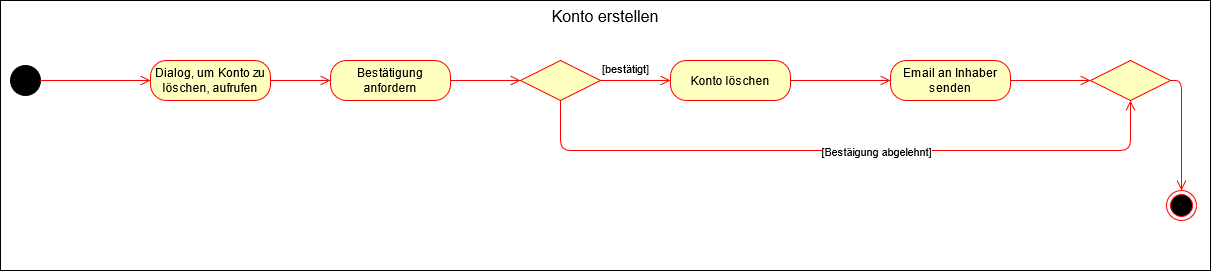
This is Diagramme/Usermanagement/Konto löschen.png from dnickel8/SGSETeam3, a draw.io export, as it was before one commit. Source tidied: cells renumbered, new cells last; positions are measured from the earlier drawing's top-left corner, leaving out a move shared by most shapes. Source of this version:
```xml
<mxGraphModel>
  <root>
    <mxCell id="0" />
    <mxCell id="1" parent="0" />
    <mxCell id="2" value="Konto erstellen" style="rounded=0;whiteSpace=wrap;html=1;verticalAlign=top;fontSize=16;" parent="1" vertex="1">
      <mxGeometry width="1210" height="270" as="geometry" />
    </mxCell>
    <mxCell id="3" style="ellipse;whiteSpace=wrap;html=1;fillColor=#000000;" parent="1" vertex="1">
      <mxGeometry x="10" y="65" width="30" height="30" as="geometry" />
    </mxCell>
    <mxCell id="4" value="Bestätigung anfordern" style="rounded=1;whiteSpace=wrap;html=1;arcSize=40;fontColor=#000000;fillColor=#ffffc0;strokeColor=#ff0000;" parent="1" vertex="1">
      <mxGeometry x="330" y="60" width="120" height="40" as="geometry" />
    </mxCell>
    <mxCell id="5" style="edgeStyle=orthogonalEdgeStyle;html=1;verticalAlign=bottom;endArrow=open;endSize=8;strokeColor=#ff0000;exitX=1;exitY=0.5;exitDx=0;exitDy=0;entryX=0;entryY=0.5;entryDx=0;entryDy=0;" parent="1" edge="1" source="3" target="13">
      <mxGeometry relative="1" as="geometry" />
    </mxCell>
    <mxCell id="6" style="ellipse;html=1;shape=endState;fillColor=#000000;strokeColor=#ff0000;" parent="1" vertex="1">
      <mxGeometry x="1166" y="190" width="30" height="30" as="geometry" />
    </mxCell>
    <mxCell id="7" style="edgeStyle=orthogonalEdgeStyle;html=1;verticalAlign=bottom;endArrow=open;endSize=8;strokeColor=#ff0000;exitX=1;exitY=0.5;exitDx=0;exitDy=0;entryX=0;entryY=0.5;entryDx=0;entryDy=0;" parent="1" edge="1" source="4" target="9">
      <mxGeometry relative="1" as="geometry" />
    </mxCell>
    <mxCell id="8" value="Konto löschen" style="rounded=1;whiteSpace=wrap;html=1;arcSize=40;fontColor=#000000;fillColor=#ffffc0;strokeColor=#ff0000;" parent="1" vertex="1">
      <mxGeometry x="670" y="60" width="120" height="40" as="geometry" />
    </mxCell>
    <mxCell id="9" style="rhombus;whiteSpace=wrap;html=1;fillColor=#ffffc0;strokeColor=#ff0000;fontSize=16;" parent="1" vertex="1">
      <mxGeometry x="520" y="60" width="80" height="40" as="geometry" />
    </mxCell>
    <mxCell id="10" value="[bestätigt]" style="edgeStyle=orthogonalEdgeStyle;html=1;align=left;verticalAlign=top;endArrow=open;endSize=8;strokeColor=#ff0000;fontSize=11;entryX=0;entryY=0.5;entryDx=0;entryDy=0;" parent="1" edge="1" source="9" target="8">
      <mxGeometry x="-1" y="25" relative="1" as="geometry" />
    </mxCell>
    <mxCell id="11" style="edgeStyle=orthogonalEdgeStyle;html=1;verticalAlign=bottom;endArrow=open;endSize=8;strokeColor=#ff0000;entryX=0.5;entryY=1;entryDx=0;entryDy=0;exitX=0.5;exitY=1;exitDx=0;exitDy=0;" parent="1" edge="1" source="9" target="15">
      <mxGeometry relative="1" as="geometry">
        <Array as="points">
          <mxPoint x="560" y="150" />
          <mxPoint x="1130" y="150" />
        </Array>
      </mxGeometry>
    </mxCell>
    <mxCell id="12" value="[Bestäigung abgelehnt]" style="edgeLabel;html=1;align=center;verticalAlign=middle;" parent="11" vertex="1">
      <mxGeometry x="0.09" y="1" relative="1" as="geometry">
        <mxPoint y="1" as="offset" />
      </mxGeometry>
    </mxCell>
    <mxCell id="13" value="Dialog, um Konto zu löschen, aufrufen" style="rounded=1;whiteSpace=wrap;html=1;arcSize=40;fontColor=#000000;fillColor=#ffffc0;strokeColor=#ff0000;" parent="1" vertex="1">
      <mxGeometry x="150" y="60" width="120" height="40" as="geometry" />
    </mxCell>
    <mxCell id="14" style="edgeStyle=orthogonalEdgeStyle;html=1;verticalAlign=bottom;endArrow=open;endSize=8;strokeColor=#ff0000;exitX=1;exitY=0.5;exitDx=0;exitDy=0;entryX=0;entryY=0.5;entryDx=0;entryDy=0;" parent="1" edge="1" source="13" target="4">
      <mxGeometry relative="1" as="geometry" />
    </mxCell>
    <mxCell id="15" style="rhombus;whiteSpace=wrap;html=1;fillColor=#ffffc0;strokeColor=#ff0000;fontSize=16;" parent="1" vertex="1">
      <mxGeometry x="1090" y="60" width="80" height="40" as="geometry" />
    </mxCell>
    <mxCell id="16" style="edgeStyle=orthogonalEdgeStyle;html=1;verticalAlign=bottom;endArrow=open;endSize=8;strokeColor=#ff0000;exitX=1;exitY=0.5;exitDx=0;exitDy=0;entryX=0.5;entryY=0;entryDx=0;entryDy=0;" parent="1" edge="1" source="15" target="6">
      <mxGeometry relative="1" as="geometry" />
    </mxCell>
    <mxCell id="17" value="Email an Inhaber senden" style="rounded=1;whiteSpace=wrap;html=1;arcSize=40;fontColor=#000000;fillColor=#ffffc0;strokeColor=#ff0000;" parent="1" vertex="1">
      <mxGeometry x="890" y="60" width="120" height="40" as="geometry" />
    </mxCell>
    <mxCell id="18" style="edgeStyle=orthogonalEdgeStyle;html=1;verticalAlign=bottom;endArrow=open;endSize=8;strokeColor=#ff0000;entryX=0;entryY=0.5;entryDx=0;entryDy=0;" parent="1" edge="1" target="17">
      <mxGeometry relative="1" as="geometry">
        <mxPoint x="790" y="80" as="sourcePoint" />
      </mxGeometry>
    </mxCell>
    <mxCell id="19" style="edgeStyle=orthogonalEdgeStyle;html=1;verticalAlign=bottom;endArrow=open;endSize=8;strokeColor=#ff0000;entryX=0;entryY=0.5;entryDx=0;entryDy=0;" parent="1" edge="1" target="15">
      <mxGeometry relative="1" as="geometry">
        <mxPoint x="1010" y="80" as="sourcePoint" />
      </mxGeometry>
    </mxCell>
  </root>
</mxGraphModel>
```
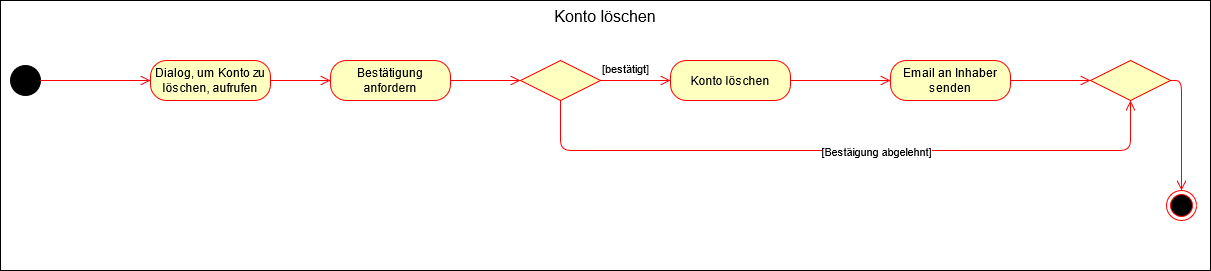
Later version of the same file.

What changed in the source:
```diff
@@ -2,7 +2,7 @@
   <root>
     <mxCell id="0" />
     <mxCell id="1" parent="0" />
-    <mxCell id="2" value="Konto erstellen" style="rounded=0;whiteSpace=wrap;html=1;verticalAlign=top;fontSize=16;" parent="1" vertex="1">
+    <mxCell id="2" value="Konto löschen" style="rounded=0;whiteSpace=wrap;html=1;verticalAlign=top;fontSize=16;" parent="1" vertex="1">
       <mxGeometry width="1210" height="270" as="geometry" />
     </mxCell>
     <mxCell id="3" style="ellipse;whiteSpace=wrap;html=1;fillColor=#000000;" parent="1" vertex="1">
```
